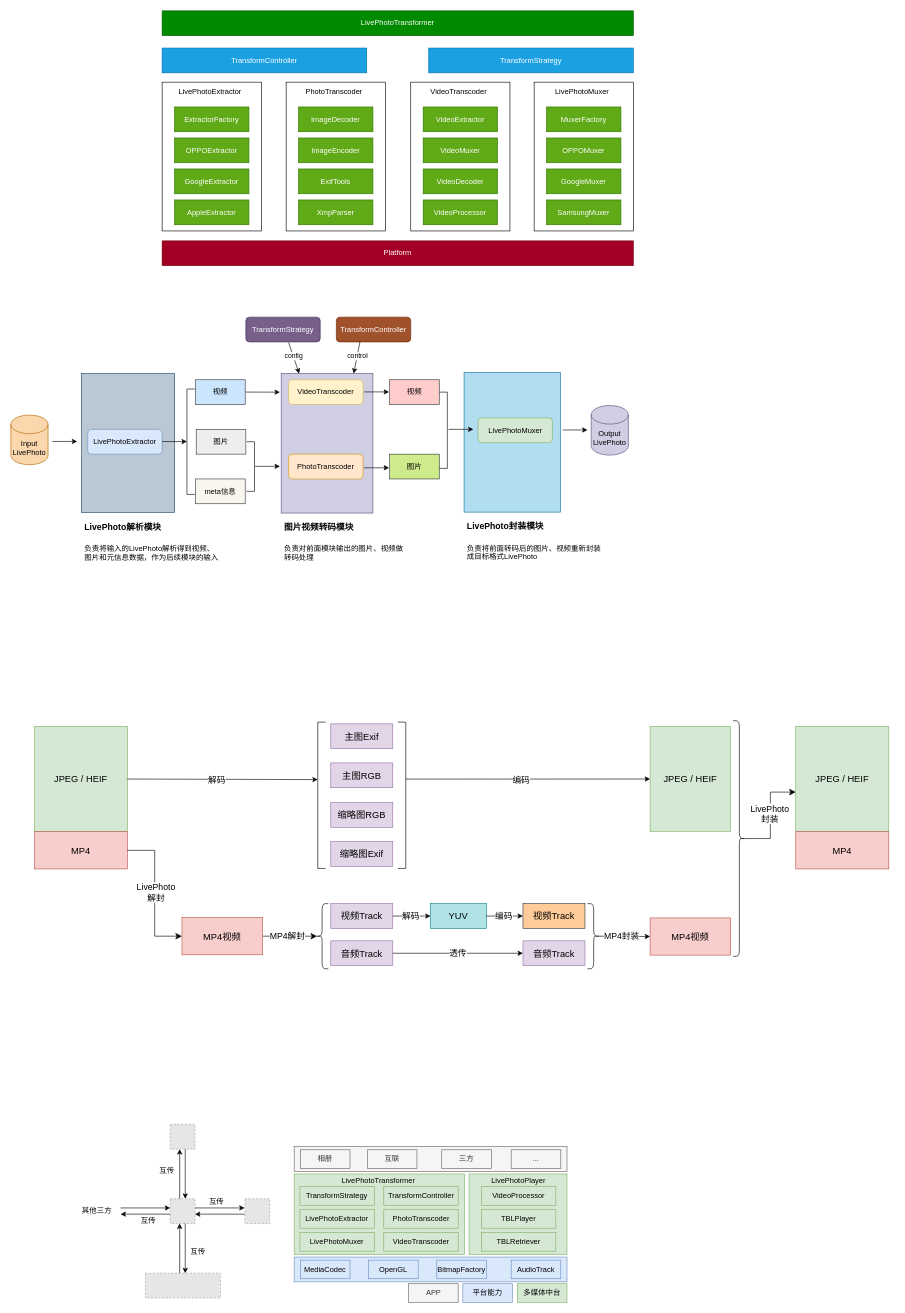
AndyYoung1004/draw.io keeps this draw.io diagram as page "LivePhoto" (4 of 4) of graph.drawio. Above is the earlier version. Source tidied: cells renumbered, new cells numbered last; positions are measured from the earlier drawing's top-left corner, leaving out a move shared by most shapes. Both pictures are drawn from the tidied source at 62%, with x=0, y=0 at pixel (11, 11). Pictures stored in the file or linked from it are replaced by grey dashed boxes.
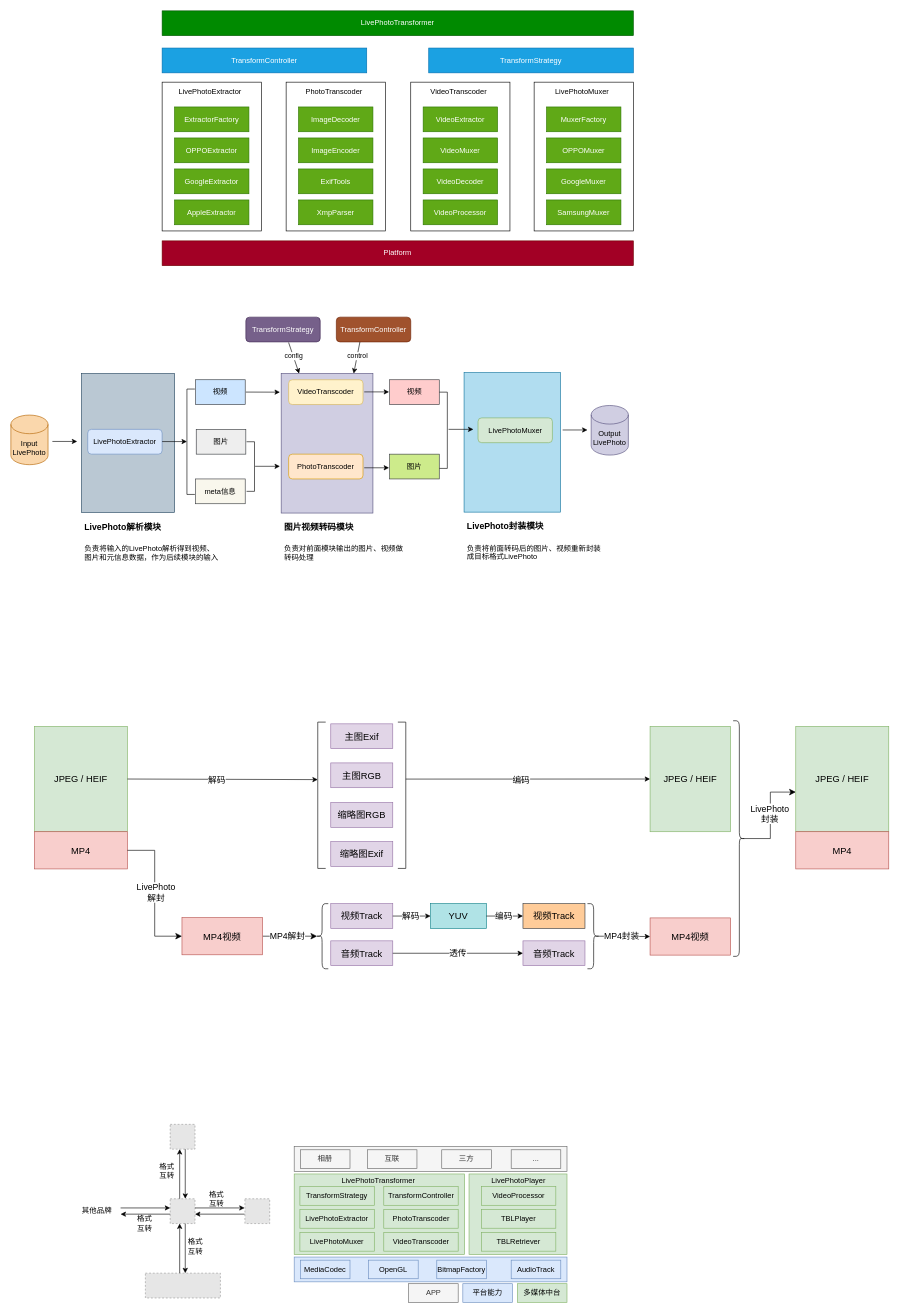
The same page after the edit.

Change to the diagram source:
```diff
@@
-    <mxCell id="15" value="互传" style="text;html=1;align=center;verticalAlign=middle;whiteSpace=wrap;rounded=0;" parent="1" vertex="1">
-      <mxGeometry x="287" y="1996" width="30" height="10" as="geometry" />
-    </mxCell>
-    <mxCell id="16" value="互传" style="text;html=1;align=center;verticalAlign=middle;whiteSpace=wrap;rounded=0;" parent="1" vertex="1">
+    <mxCell id="16" value="格式互转" style="text;html=1;align=center;verticalAlign=middle;whiteSpace=wrap;rounded=0;" parent="1" vertex="1">
       <mxGeometry x="237" y="1866" width="30" height="10" as="geometry" />
     </mxCell>
-    <mxCell id="17" value="互传" style="text;html=1;align=center;verticalAlign=middle;whiteSpace=wrap;rounded=0;" parent="1" vertex="1">
-      <mxGeometry x="317" y="1916" width="30" height="10" as="geometry" />
-    </mxCell>
@@
-    <mxCell id="20" value="互传" style="text;html=1;align=center;verticalAlign=middle;whiteSpace=wrap;rounded=0;" parent="1" vertex="1">
-      <mxGeometry x="207" y="1946" width="30" height="10" as="geometry" />
-    </mxCell>
@@
-    <mxCell id="146" value="其他三方" style="text;html=1;align=center;verticalAlign=middle;whiteSpace=wrap;rounded=0;" parent="1" vertex="1">
+    <mxCell id="146" value="其他品牌" style="text;html=1;align=center;verticalAlign=middle;whiteSpace=wrap;rounded=0;" parent="1" vertex="1">
       <mxGeometry x="109" y="1921" width="60" height="30" as="geometry" />
     </mxCell>
+    <mxCell id="147" value="格式互转" style="text;html=1;align=center;verticalAlign=middle;whiteSpace=wrap;rounded=0;" parent="1" vertex="1">
+      <mxGeometry x="317" y="1911" width="30" height="10" as="geometry" />
+    </mxCell>
+    <mxCell id="148" value="格式互转" style="text;html=1;align=center;verticalAlign=middle;whiteSpace=wrap;rounded=0;" parent="1" vertex="1">
+      <mxGeometry x="283" y="1988" width="30" height="10" as="geometry" />
+    </mxCell>
+    <mxCell id="149" value="格式互转" style="text;html=1;align=center;verticalAlign=middle;whiteSpace=wrap;rounded=0;" parent="1" vertex="1">
+      <mxGeometry x="201" y="1951" width="30" height="10" as="geometry" />
+    </mxCell>
```
